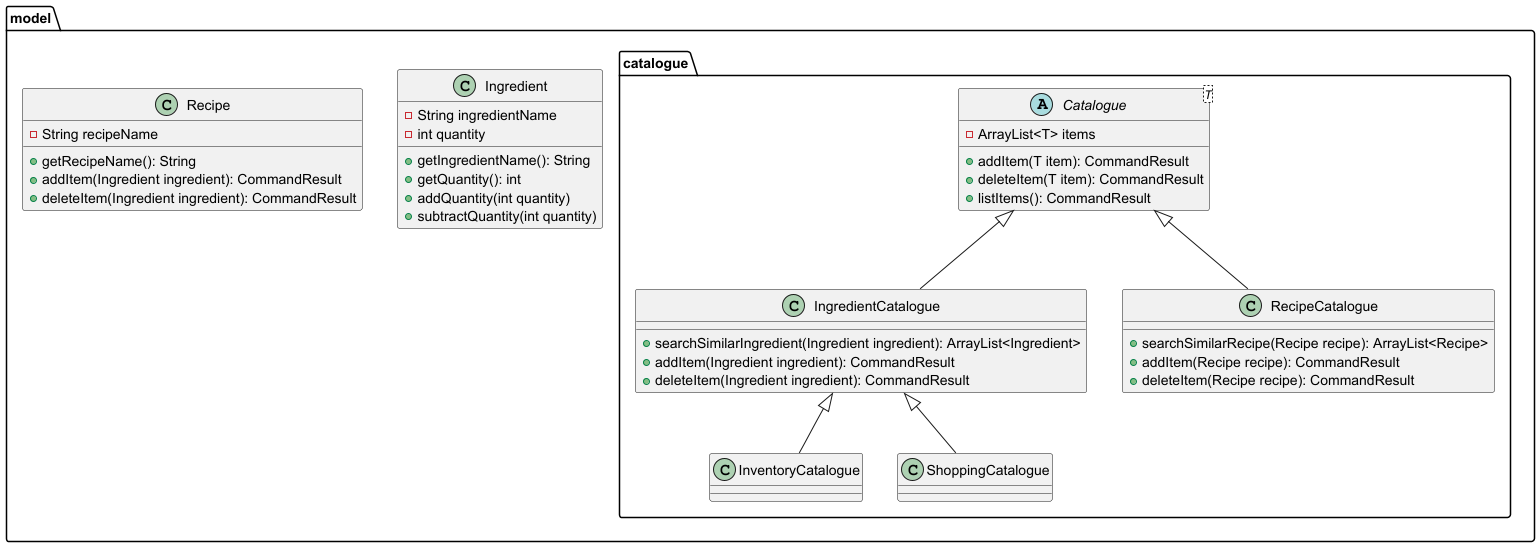
Above: docs/diagrams/model.png in ChingWhee/tp (PlantUML), before the change.
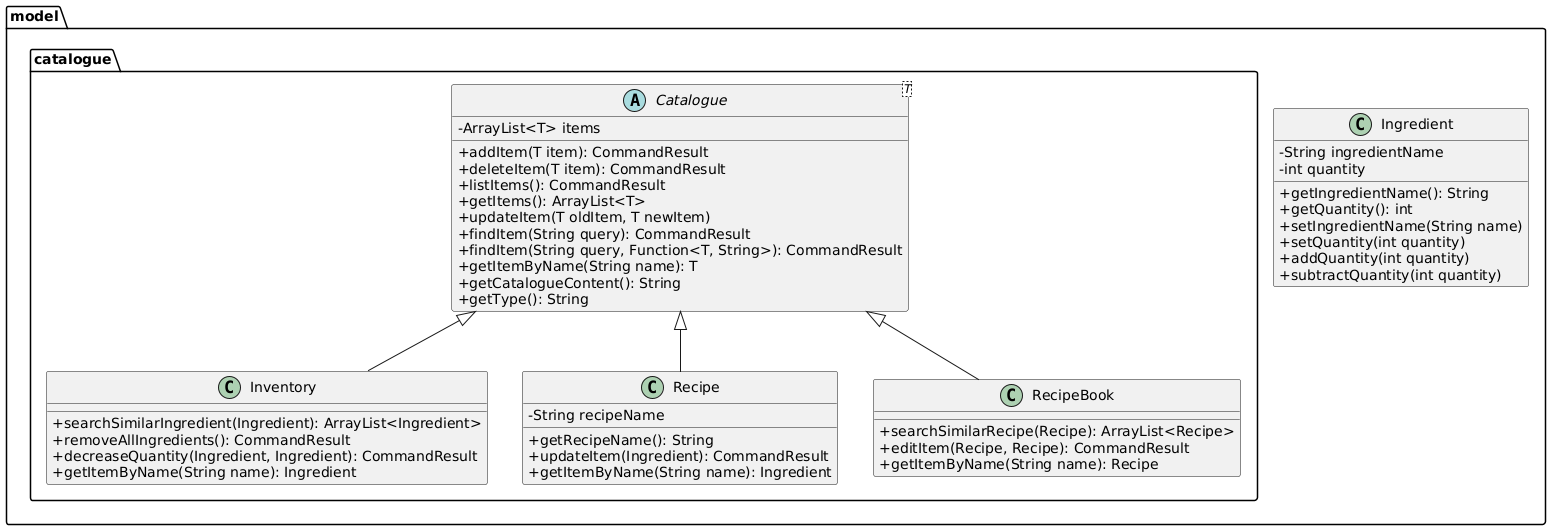
The same diagram one commit later.

Commit message:
Updated UML diagrams for model and updated DG

Diff of the diagram source:
```diff
@@ -1,19 +1,16 @@
 @startuml
+skinparam classAttributeIconSize 0
+
 package "model" {
     class Ingredient {
         -String ingredientName
         -int quantity
         +getIngredientName(): String
         +getQuantity(): int
+        +setIngredientName(String name)
+        +setQuantity(int quantity)
         +addQuantity(int quantity)
         +subtractQuantity(int quantity)
-    }
-
-    class Recipe {
-        -String recipeName
-        +getRecipeName(): String
-        +addItem(Ingredient ingredient): CommandResult
-        +deleteItem(Ingredient ingredient): CommandResult
     }
 
     package "catalogue" {
@@ -22,21 +19,38 @@
             +addItem(T item): CommandResult
             +deleteItem(T item): CommandResult
             +listItems(): CommandResult
+            +getItems(): ArrayList<T>
+            +updateItem(T oldItem, T newItem)
+            +findItem(String query): CommandResult
+            +findItem(String query, Function<T, String>): CommandResult
+            +getItemByName(String name): T
+            +getCatalogueContent(): String
+            +getType(): String
         }
 
-        class IngredientCatalogue extends Catalogue<Ingredient> {
-            +searchSimilarIngredient(Ingredient ingredient): ArrayList<Ingredient>
-            +addItem(Ingredient ingredient): CommandResult
-            +deleteItem(Ingredient ingredient): CommandResult
+        class Inventory {
+            +searchSimilarIngredient(Ingredient): ArrayList<Ingredient>
+            +removeAllIngredients(): CommandResult
+            +decreaseQuantity(Ingredient, Ingredient): CommandResult
+            +getItemByName(String name): Ingredient
         }
 
-        class InventoryCatalogue extends IngredientCatalogue
-        class ShoppingCatalogue extends IngredientCatalogue
-        class RecipeCatalogue extends Catalogue<Recipe> {
-            +searchSimilarRecipe(Recipe recipe): ArrayList<Recipe>
-            +addItem(Recipe recipe): CommandResult
-            +deleteItem(Recipe recipe): CommandResult
+        class Recipe {
+            -String recipeName
+            +getRecipeName(): String
+            +updateItem(Ingredient): CommandResult
+            +getItemByName(String name): Ingredient
         }
+
+        class RecipeBook {
+            +searchSimilarRecipe(Recipe): ArrayList<Recipe>
+            +editItem(Recipe, Recipe): CommandResult
+            +getItemByName(String name): Recipe
+        }
+
+        Catalogue <|-- Inventory
+        Catalogue <|-- Recipe
+        Catalogue <|-- RecipeBook
     }
 }
 @enduml
```
